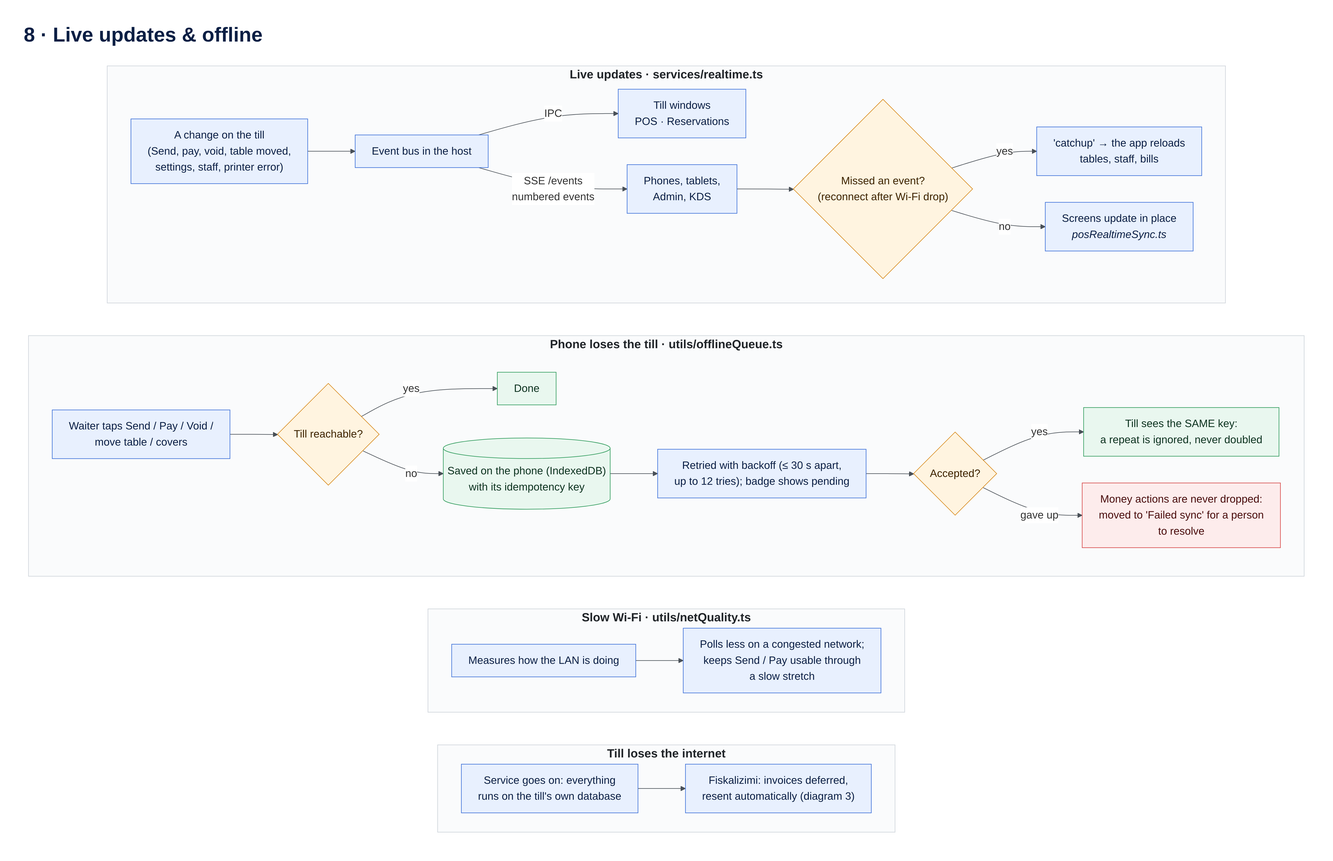
DidiG03/POS keeps this Mermaid diagram as docs/diagrams/export/08-live-offline.png. Above is the earlier version. Its source is kept beside it as docs/diagrams/08-live-offline.mmd.
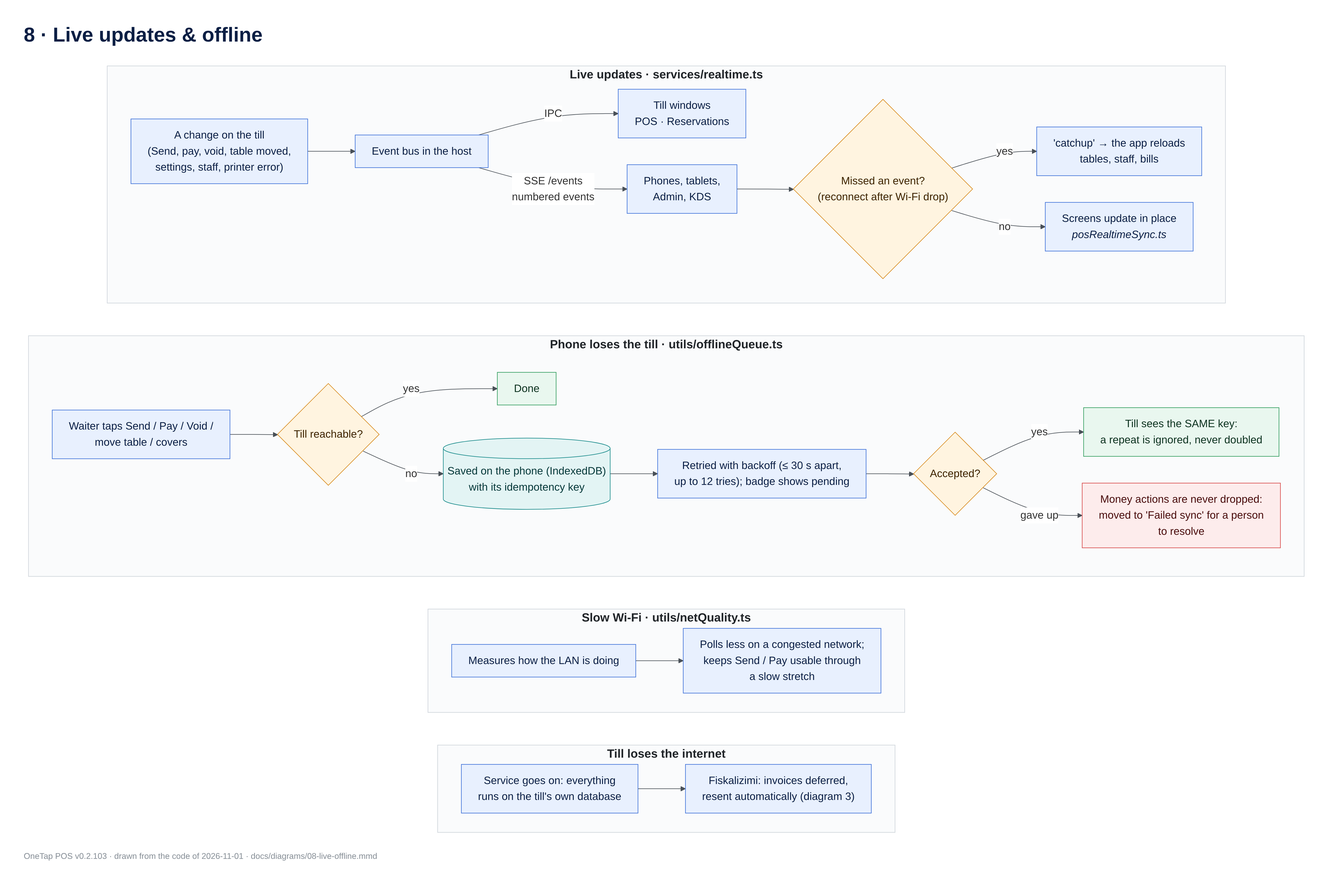
The same diagram one commit later.

Diff of the diagram source:
```diff
@@ -39,10 +39,16 @@
   NETQ ~~~ INTERNET
 
   classDef step fill:#e8f0fe,stroke:#3b6fd8,color:#0b1f44
-  classDef decide fill:#fff4e0,stroke:#d88a1d,color:#3d2400
+  classDef logic fill:#fff4e0,stroke:#d88a1d,color:#3d2400
+  classDef data fill:#e3f4f4,stroke:#178a8a,color:#06393a
   classDef good fill:#e9f7ef,stroke:#2e9b5b,color:#0d3320
+  classDef warn fill:#fff9db,stroke:#e0a800,color:#3d2e00
   classDef bad fill:#fdecec,stroke:#d64545,color:#4a0d0d
+  classDef ext fill:#f3e8fd,stroke:#8b4fd1,color:#2a0d4a
+  classDef device fill:#f1f3f5,stroke:#868e96,color:#212529
+  classDef note fill:#f8f9fa,stroke:#adb5bd,color:#343a40,stroke-dasharray:4 3
   class CH,BUS,WIN,DEV,CU2,CU3,A1,A5,N1,N2,I1,I2 step
-  class CU,A2,A6 decide
+  class CU,A2,A6 logic
   class A3,A4,A7 good
   class A8 bad
+  class A4 data
```
